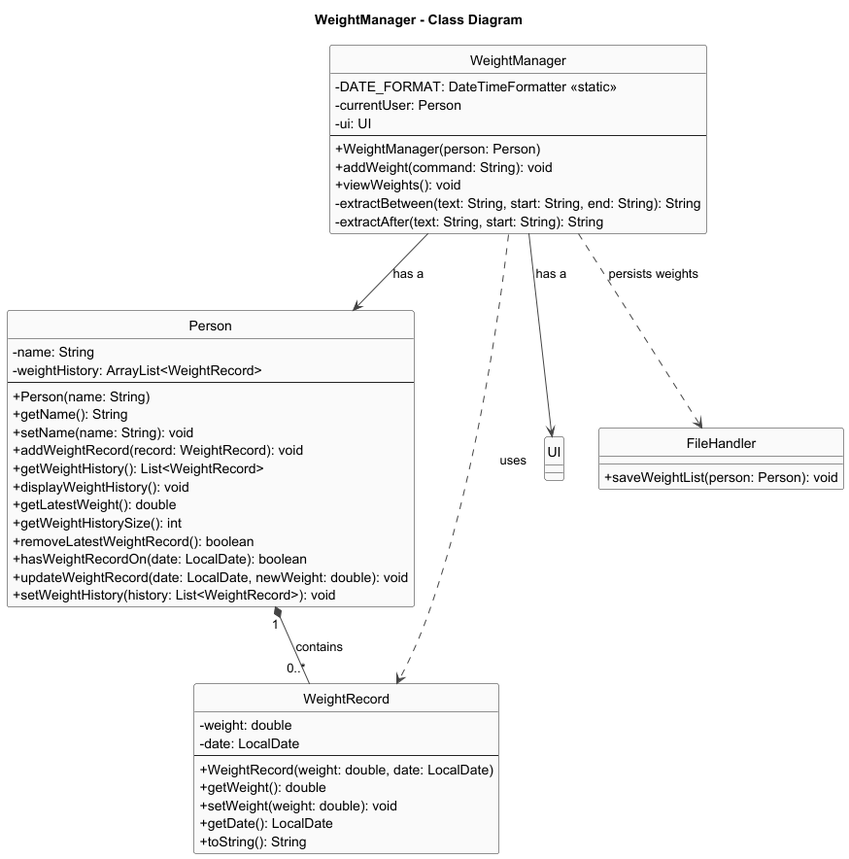
Before: docs/diagrams/WeightManager_Class_Diagram.png, a diagram exported from PlantUML (Exceptional-Khoi/tp).
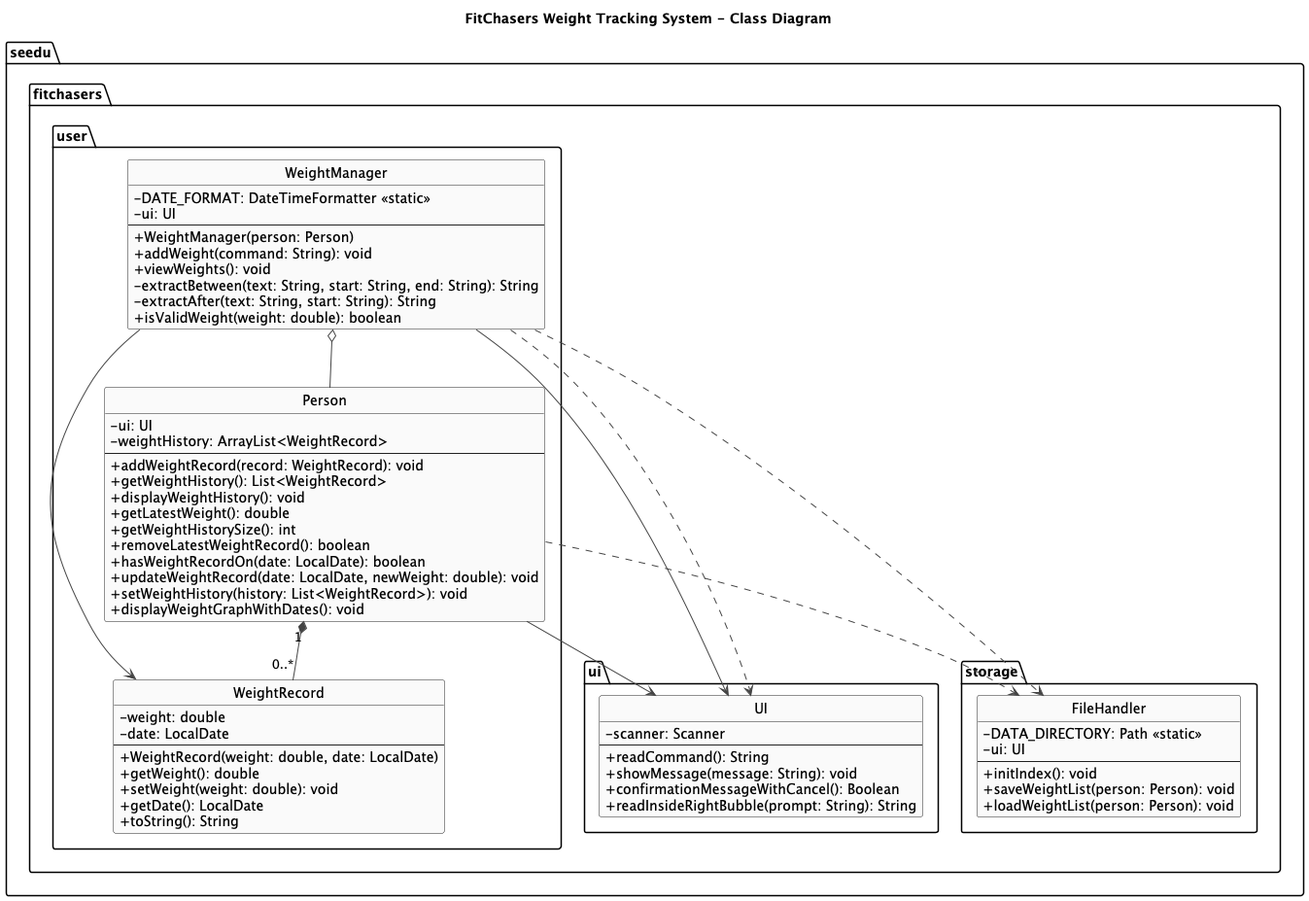
Later version of the same file.

Diff of the diagram source:
```diff
@@ -1,6 +1,5 @@
 @startuml
-title WeightManager - Class Diagram
-
+title FitChasers Weight Tracking System - Class Diagram
 skinparam shadowing false
 skinparam classAttributeIconSize 0
 skinparam ArrowColor #444
@@ -10,60 +9,79 @@
 hide circle
 hide stereotype
 
-class WeightManager {
-  -DATE_FORMAT: DateTimeFormatter <<static>>
-  -currentUser: Person
-  -ui: UI
-  --
-  +WeightManager(person: Person)
-  +addWeight(command: String): void
-  +viewWeights(): void
-  -extractBetween(text: String, start: String, end: String): String
-  -extractAfter(text: String, start: String): String
+package "seedu.fitchasers.user" {
+  class WeightManager {
+    -DATE_FORMAT: DateTimeFormatter <<static>>
+    -ui: UI
+    --
+    +WeightManager(person: Person)
+    +addWeight(command: String): void
+    +viewWeights(): void
+    -extractBetween(text: String, start: String, end: String): String
+    -extractAfter(text: String, start: String): String
+    +isValidWeight(weight: double): boolean
+  }
+
+  class Person {
+    -ui: UI
+    -weightHistory: ArrayList<WeightRecord>
+    --
+    +addWeightRecord(record: WeightRecord): void
+    +getWeightHistory(): List<WeightRecord>
+    +displayWeightHistory(): void
+    +getLatestWeight(): double
+    +getWeightHistorySize(): int
+    +removeLatestWeightRecord(): boolean
+    +hasWeightRecordOn(date: LocalDate): boolean
+    +updateWeightRecord(date: LocalDate, newWeight: double): void
+    +setWeightHistory(history: List<WeightRecord>): void
+    +displayWeightGraphWithDates(): void
+  }
+
+  class WeightRecord {
+    -weight: double
+    -date: LocalDate
+    --
+    +WeightRecord(weight: double, date: LocalDate)
+    +getWeight(): double
+    +setWeight(weight: double): void
+    +getDate(): LocalDate
+    +toString(): String
+  }
 }
 
-class Person {
-  -name: String
-  -weightHistory: ArrayList<WeightRecord>
-  --
-  +Person(name: String)
-  +getName(): String
-  +setName(name: String): void
-  +addWeightRecord(record: WeightRecord): void
-  +getWeightHistory(): List<WeightRecord>
-  +displayWeightHistory(): void
-  +getLatestWeight(): double
-  +getWeightHistorySize(): int
-  +removeLatestWeightRecord(): boolean
-  +hasWeightRecordOn(date: LocalDate): boolean
-  +updateWeightRecord(date: LocalDate, newWeight: double): void
-  +setWeightHistory(history: List<WeightRecord>): void
+package "seedu.fitchasers.ui" {
+  class UI {
+    -scanner: Scanner
+    --
+    +readCommand(): String
+    +showMessage(message: String): void
+    +confirmationMessageWithCancel(): Boolean
+    +readInsideRightBubble(prompt: String): String
+  }
 }
 
-class WeightRecord {
-  -weight: double
-  -date: LocalDate
-  --
-  +WeightRecord(weight: double, date: LocalDate)
-  +getWeight(): double
-  +setWeight(weight: double): void
-  +getDate(): LocalDate
-  +toString(): String
+package "seedu.fitchasers.storage" {
+  class FileHandler {
+    -DATA_DIRECTORY: Path <<static>>
+    -ui: UI
+    --
+    +initIndex(): void
+    +saveWeightList(person: Person): void
+    +loadWeightList(person: Person): void
+  }
 }
 
-class UI
+Person "1" *-- "0..*" WeightRecord
 
-class FileHandler {
-  +saveWeightList(person: Person): void
-}
+WeightManager o-- Person
+WeightManager --> UI
+Person --> UI
 
-WeightManager --> Person : has a
-WeightManager --> UI : has a
+WeightManager ..> FileHandler
+Person ..> FileHandler
 
-WeightManager ..> FileHandler : persists weights
-
-WeightManager ..> WeightRecord : uses
-
-Person "1" *-- "0..*" WeightRecord : contains
+WeightManager --> WeightRecord
+WeightManager ..> UI
 
 @enduml
```
